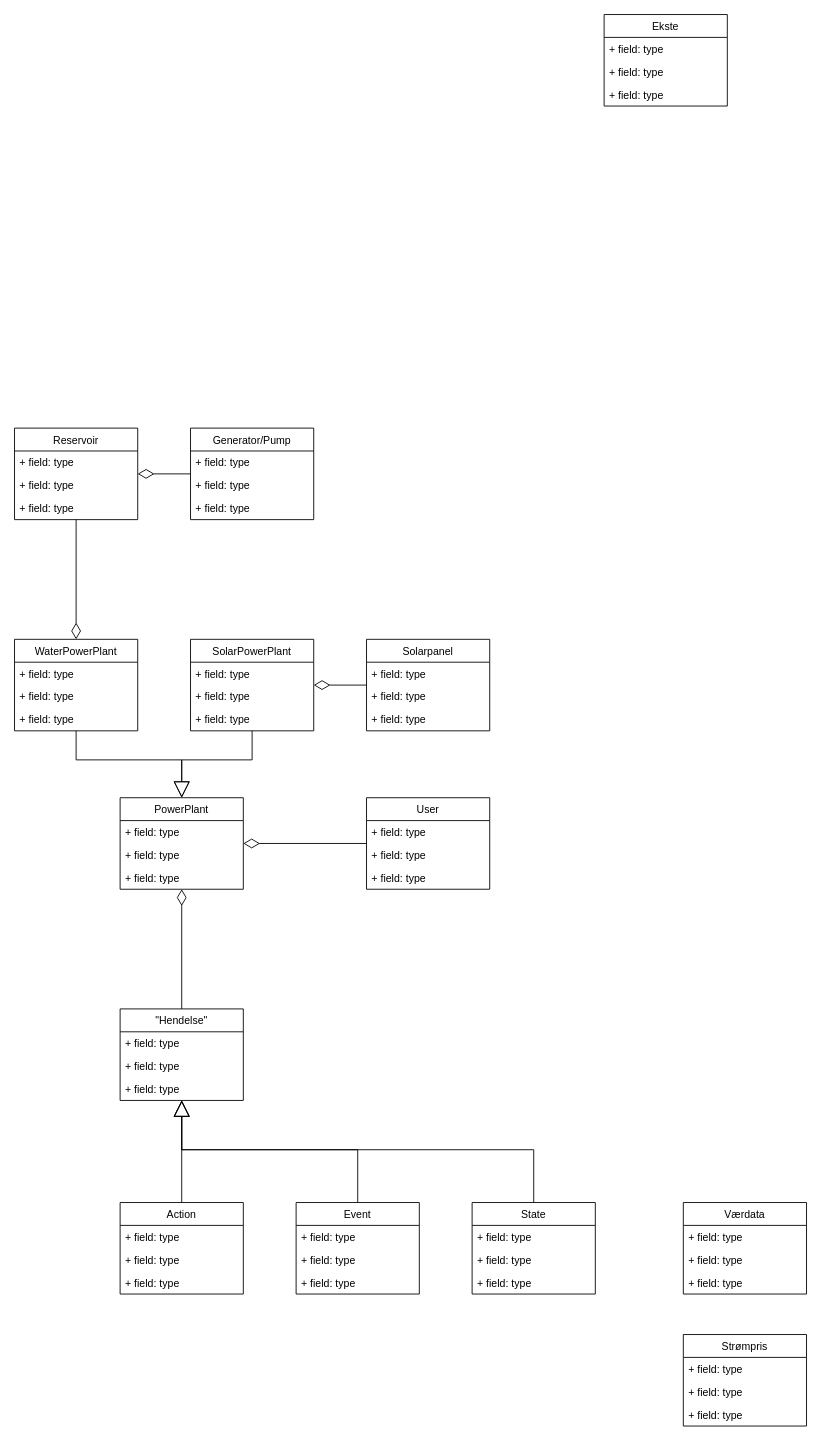
Earlier version of the draw.io diagram page "ClassDiagram" (1 of 4) of UML.drawio (USN-Gjengen/APP2000_Gruppe06_Solvann-Driftsystem). Source tidied: cells renumbered, new cells numbered last; positions are measured from the earlier drawing's top-left corner, leaving out a move shared by most shapes. Both pictures are drawn from the tidied source at 88%, with x=0, y=0 at pixel (14, 14).
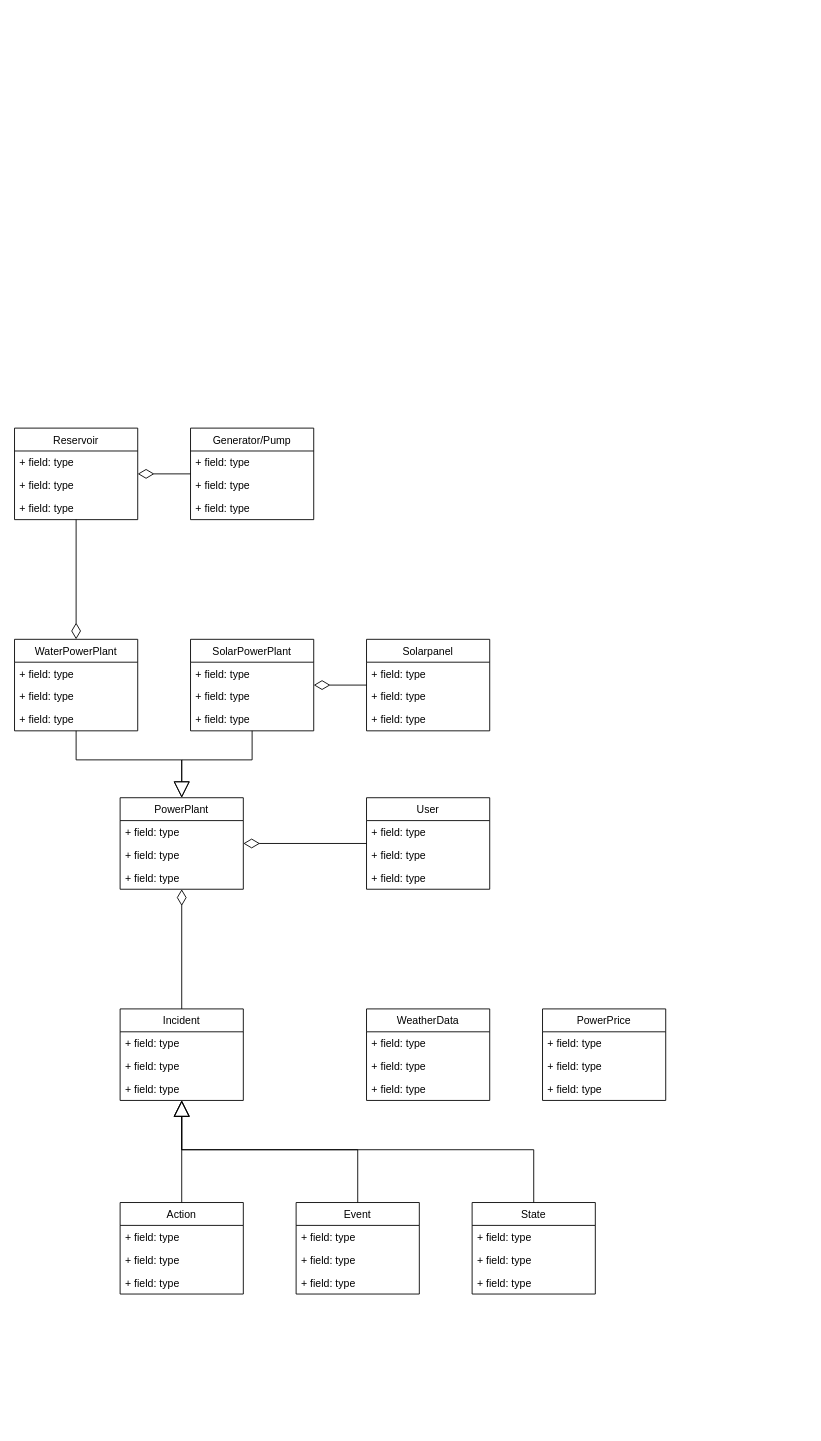
The same diagram, later.

Commit message:
Translate and organize class diagram

Change to the diagram source:
```diff
@@
-    <mxCell id="32" value="Ekste" style="swimlane;fontStyle=0;horizontal=1;startSize=26;fillColor=none;" parent="1" vertex="1">
-      <mxGeometry x="670" width="140" height="104" as="geometry" />
-    </mxCell>
-    <mxCell id="33" value="+ field: type" style="text;strokeColor=none;fillColor=none;align=left;verticalAlign=top;spacingLeft=4;spacingRight=4;overflow=hidden;" parent="32" vertex="1">
-      <mxGeometry y="26" width="140" height="26" as="geometry" />
-    </mxCell>
-    <mxCell id="34" value="+ field: type" style="text;strokeColor=none;fillColor=none;align=left;verticalAlign=top;spacingLeft=4;spacingRight=4;overflow=hidden;" parent="32" vertex="1">
-      <mxGeometry y="52" width="140" height="26" as="geometry" />
-    </mxCell>
-    <mxCell id="35" value="+ field: type" style="text;strokeColor=none;fillColor=none;align=left;verticalAlign=top;spacingLeft=4;spacingRight=4;overflow=hidden;" parent="32" vertex="1">
-      <mxGeometry y="78" width="140" height="26" as="geometry" />
-    </mxCell>
@@
-    <mxCell id="41" value="&quot;Hendelse&quot;" style="swimlane;fontStyle=0;horizontal=1;startSize=26;fillColor=none;" parent="1" vertex="1">
+    <mxCell id="41" value="Incident" style="swimlane;fontStyle=0;horizontal=1;startSize=26;fillColor=none;" parent="1" vertex="1">
       <mxGeometry x="120" y="1130" width="140" height="104" as="geometry" />
     </mxCell>
@@
-    <mxCell id="60" value="Værdata" style="swimlane;fontStyle=0;horizontal=1;startSize=26;fillColor=none;" parent="1" vertex="1">
-      <mxGeometry x="760" y="1350" width="140" height="104" as="geometry" />
+    <mxCell id="60" value="WeatherData" style="swimlane;fontStyle=0;horizontal=1;startSize=26;fillColor=none;" parent="1" vertex="1">
+      <mxGeometry x="400" y="1130" width="140" height="104" as="geometry" />
     </mxCell>
@@
-    <mxCell id="64" value="Strømpris" style="swimlane;fontStyle=0;horizontal=1;startSize=26;fillColor=none;" parent="1" vertex="1">
-      <mxGeometry x="760" y="1500" width="140" height="104" as="geometry" />
+    <mxCell id="64" value="PowerPrice" style="swimlane;fontStyle=0;horizontal=1;startSize=26;fillColor=none;" parent="1" vertex="1">
+      <mxGeometry x="600" y="1130" width="140" height="104" as="geometry" />
     </mxCell>
```
